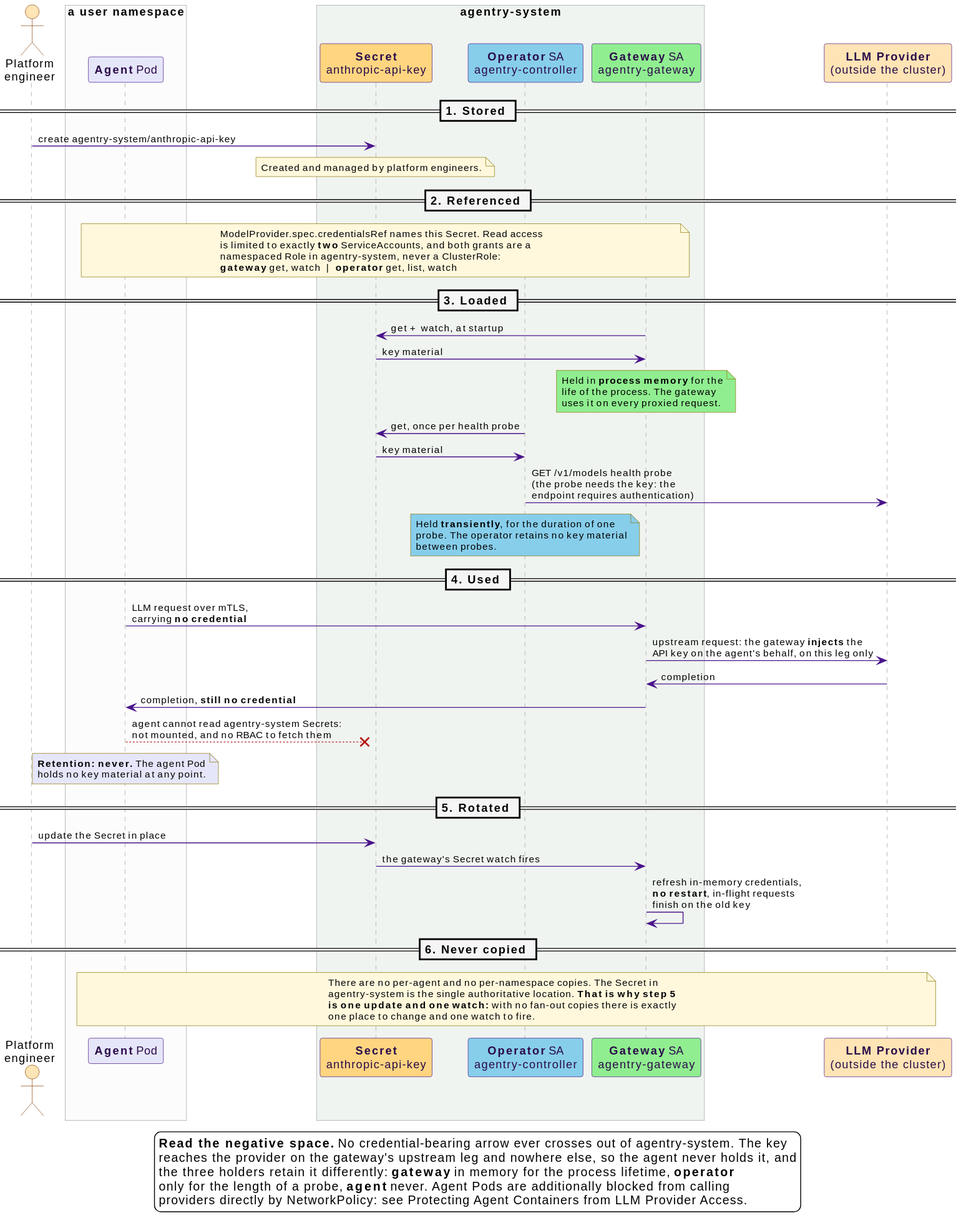
Earlier version of the PlantUML export docs/src/diagrams/llm-key-lifecycle.svg (win07xp/kaalm). The source it was exported from:
```plantuml
@startuml
!include _style.puml

skinparam wrapWidth 420
skinparam maxMessageSize 340

actor "Platform\nengineer" as PE #FFE4B5

box "a user namespace" #FCFCFC
  participant "**Agent** Pod" as AG #E6E6FA
end box

box "agentry-system" #F0F4F0
  participant "**Secret**\nanthropic-api-key" as SEC #FFD580
  participant "**Operator** SA\nagentry-controller" as OP #87CEEB
  participant "**Gateway** SA\nagentry-gateway" as GW #90EE90
end box

participant "**LLM Provider**\n(outside the cluster)" as LLM #FFE4B5

== 1. Stored ==

PE -> SEC : create agentry-system/anthropic-api-key
note over SEC #FFF8DC
  Created and managed by platform engineers.
end note

== 2. Referenced ==

note over AG, GW #FFF8DC
  ModelProvider.spec.credentialsRef names this Secret. Read access
  is limited to exactly **two** ServiceAccounts, and both grants are a
  namespaced Role in agentry-system, never a ClusterRole:
  **gateway** get, watch  |  **operator** get, list, watch
end note

== 3. Loaded ==

GW -> SEC : get + watch, at startup
SEC -> GW : key material
note over GW #90EE90
  Held in **process memory** for the
  life of the process. The gateway
  uses it on every proxied request.
end note
OP -> SEC : get, once per health probe
SEC -> OP : key material
OP -> LLM : GET /v1/models health probe\n(the probe needs the key: the\nendpoint requires authentication)
note over OP #87CEEB
  Held **transiently**, for the duration of one
  probe. The operator retains no key material
  between probes.
end note

== 4. Used ==

AG -> GW : LLM request over mTLS,\ncarrying **no credential**
GW -> LLM : upstream request: the gateway **injects** the\nAPI key on the agent's behalf, on this leg only
LLM -> GW : completion
GW -> AG : completion, **still no credential**
AG -[#B71C1C]->x SEC : agent cannot read agentry-system Secrets:\nnot mounted, and no RBAC to fetch them
note over AG #E6E6FA
  **Retention: never.** The agent Pod
  holds no key material at any point.
end note

== 5. Rotated ==

PE -> SEC : update the Secret in place
SEC -> GW : the gateway's Secret watch fires
GW -> GW : refresh in-memory credentials,\n**no restart**, in-flight requests\nfinish on the old key

== 6. Never copied ==

note over AG, LLM #FFF8DC
  There are no per-agent and no per-namespace copies. The Secret in
  agentry-system is the single authoritative location. **That is why step 5**
  **is one update and one watch:** with no fan-out copies there is exactly
  one place to change and one watch to fire.
end note

legend bottom
  **Read the negative space.** No credential-bearing arrow ever crosses out of agentry-system. The key
  reaches the provider on the gateway's upstream leg and nowhere else, so the agent never holds it, and
  the three holders retain it differently: **gateway** in memory for the process lifetime, **operator**
  only for the length of a probe, **agent** never. Agent Pods are additionally blocked from calling
  providers directly by NetworkPolicy: see Protecting Agent Containers from LLM Provider Access.
endlegend
@enduml
```
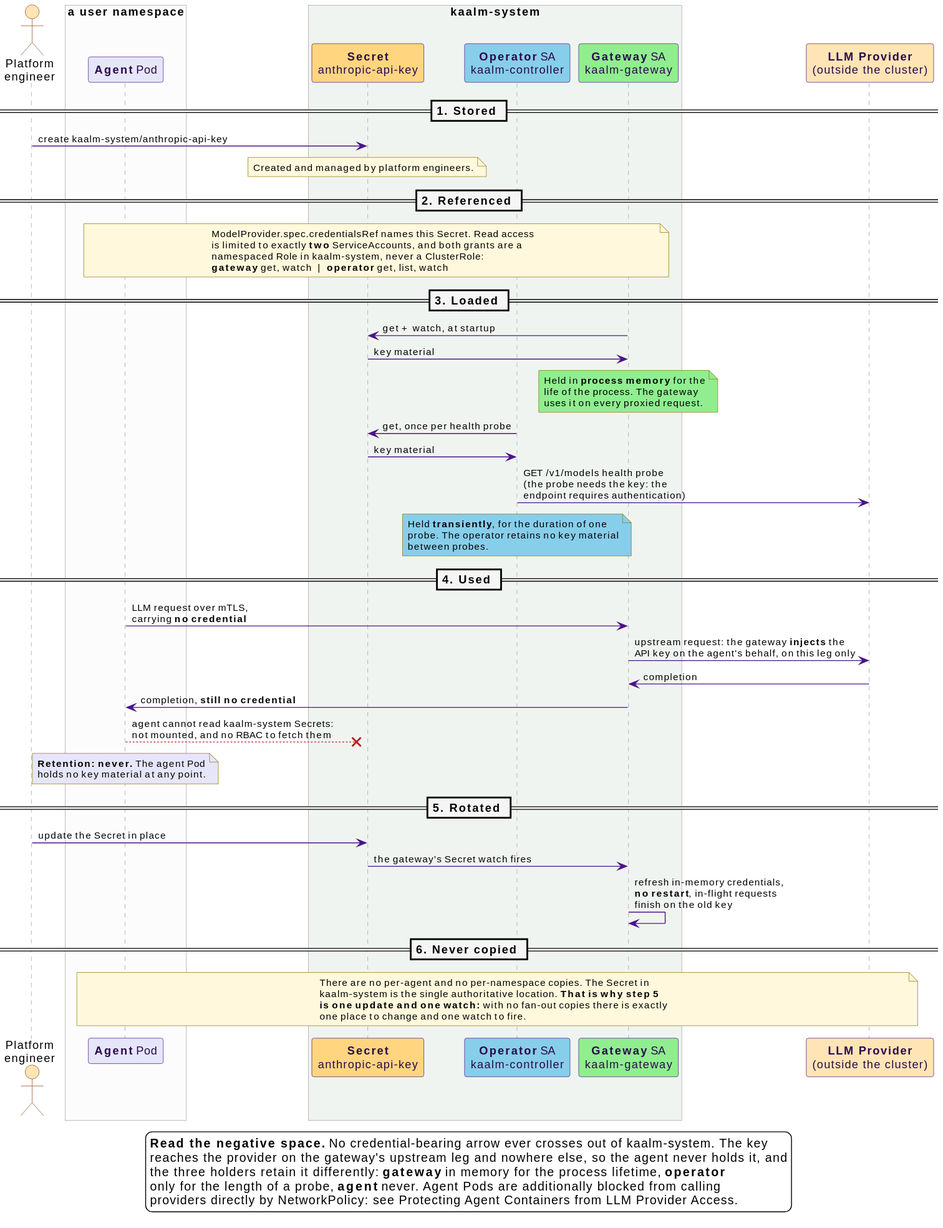
Above is the later version.

Diff of the diagram source:
```diff
@@ -10,17 +10,17 @@
   participant "**Agent** Pod" as AG #E6E6FA
 end box
 
-box "agentry-system" #F0F4F0
+box "kaalm-system" #F0F4F0
   participant "**Secret**\nanthropic-api-key" as SEC #FFD580
-  participant "**Operator** SA\nagentry-controller" as OP #87CEEB
-  participant "**Gateway** SA\nagentry-gateway" as GW #90EE90
+  participant "**Operator** SA\nkaalm-controller" as OP #87CEEB
+  participant "**Gateway** SA\nkaalm-gateway" as GW #90EE90
 end box
 
 participant "**LLM Provider**\n(outside the cluster)" as LLM #FFE4B5
 
 == 1. Stored ==
 
-PE -> SEC : create agentry-system/anthropic-api-key
+PE -> SEC : create kaalm-system/anthropic-api-key
 note over SEC #FFF8DC
   Created and managed by platform engineers.
 end note
@@ -30,7 +30,7 @@
 note over AG, GW #FFF8DC
   ModelProvider.spec.credentialsRef names this Secret. Read access
   is limited to exactly **two** ServiceAccounts, and both grants are a
-  namespaced Role in agentry-system, never a ClusterRole:
+  namespaced Role in kaalm-system, never a ClusterRole:
   **gateway** get, watch  |  **operator** get, list, watch
 end note
 
@@ -58,7 +58,7 @@
 GW -> LLM : upstream request: the gateway **injects** the\nAPI key on the agent's behalf, on this leg only
 LLM -> GW : completion
 GW -> AG : completion, **still no credential**
-AG -[#B71C1C]->x SEC : agent cannot read agentry-system Secrets:\nnot mounted, and no RBAC to fetch them
+AG -[#B71C1C]->x SEC : agent cannot read kaalm-system Secrets:\nnot mounted, and no RBAC to fetch them
 note over AG #E6E6FA
   **Retention: never.** The agent Pod
   holds no key material at any point.
@@ -74,13 +74,13 @@
 
 note over AG, LLM #FFF8DC
   There are no per-agent and no per-namespace copies. The Secret in
-  agentry-system is the single authoritative location. **That is why step 5**
+  kaalm-system is the single authoritative location. **That is why step 5**
   **is one update and one watch:** with no fan-out copies there is exactly
   one place to change and one watch to fire.
 end note
 
 legend bottom
-  **Read the negative space.** No credential-bearing arrow ever crosses out of agentry-system. The key
+  **Read the negative space.** No credential-bearing arrow ever crosses out of kaalm-system. The key
   reaches the provider on the gateway's upstream leg and nowhere else, so the agent never holds it, and
   the three holders retain it differently: **gateway** in memory for the process lifetime, **operator**
   only for the length of a probe, **agent** never. Agent Pods are additionally blocked from calling
```
